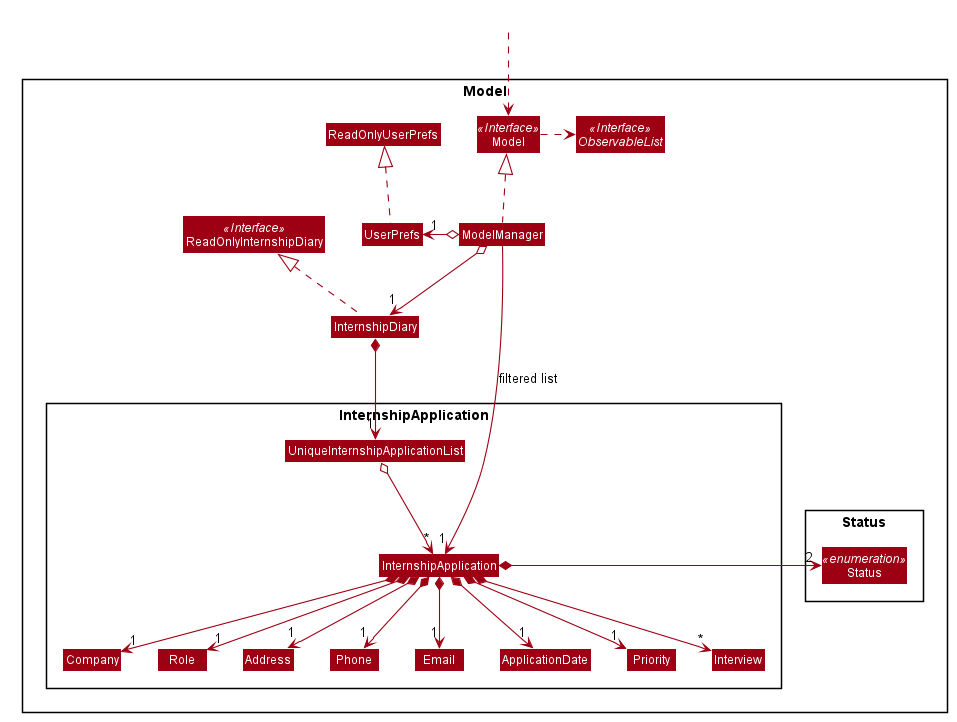
Before: images/ModelClassDiagram.png, a diagram exported from PlantUML (AY1920S2-CS2103T-F10-2/main).
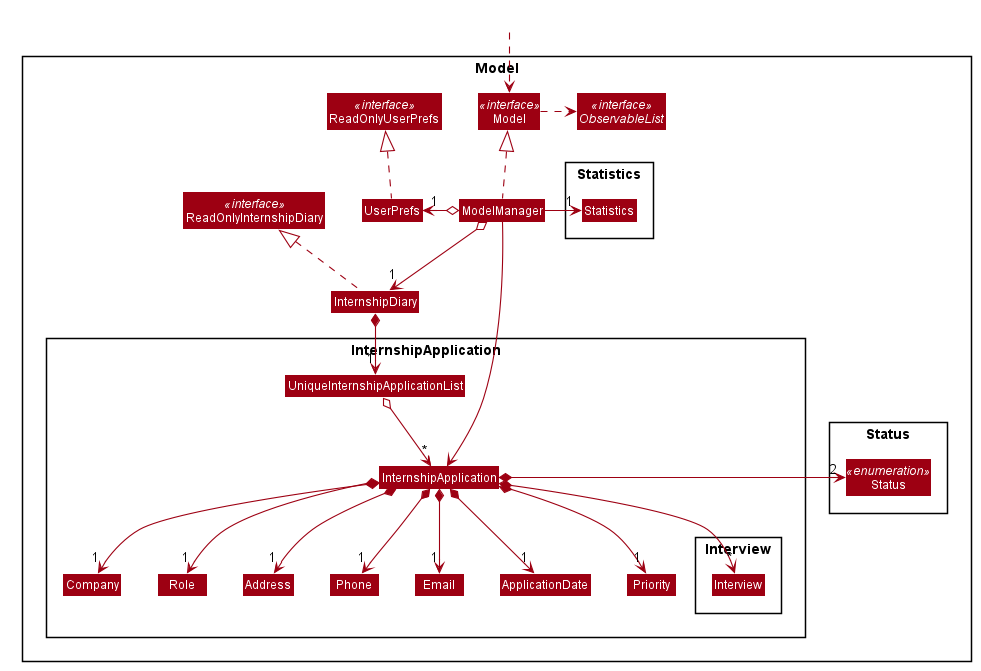
After the change.

Diff of the diagram source:
```diff
@@ -53,15 +53,19 @@
 skinparam classBackgroundColor #9D0012
 
 Package Model <<Rectangle>>{
-Interface ReadOnlyInternshipDiary <<Interface>>
-Interface Model <<Interface>>
-Interface ObservableList <<Interface>>
+Interface ReadOnlyInternshipDiary <<interface>>
+Interface Model <<interface>>
+Interface ObservableList <<interface>>
 Class InternshipDiary
 Class ReadOnlyInternshipDiary
 Class Model
 Class ModelManager
 Class UserPrefs
-Class ReadOnlyUserPrefs
+Class ReadOnlyUserPrefs <<interface>>
+
+Package Statistics {
+Class Statistics
+}
 
 Package InternshipApplication {
 Class InternshipApplication
@@ -73,7 +77,9 @@
 Class ApplicationDate
 Class UniqueInternshipApplicationList
 Class Priority
+Package Interview {
 Class Interview
+}
 }
 
 Package Status {
@@ -109,5 +115,7 @@
 Address -[hidden]right-> Phone
 Phone -[hidden]right-> Email
 
-ModelManager -->"1" InternshipApplication : filtered list
+
+ModelManager --> InternshipApplication
+ModelManager -right-> "1" Statistics
 @enduml
```
